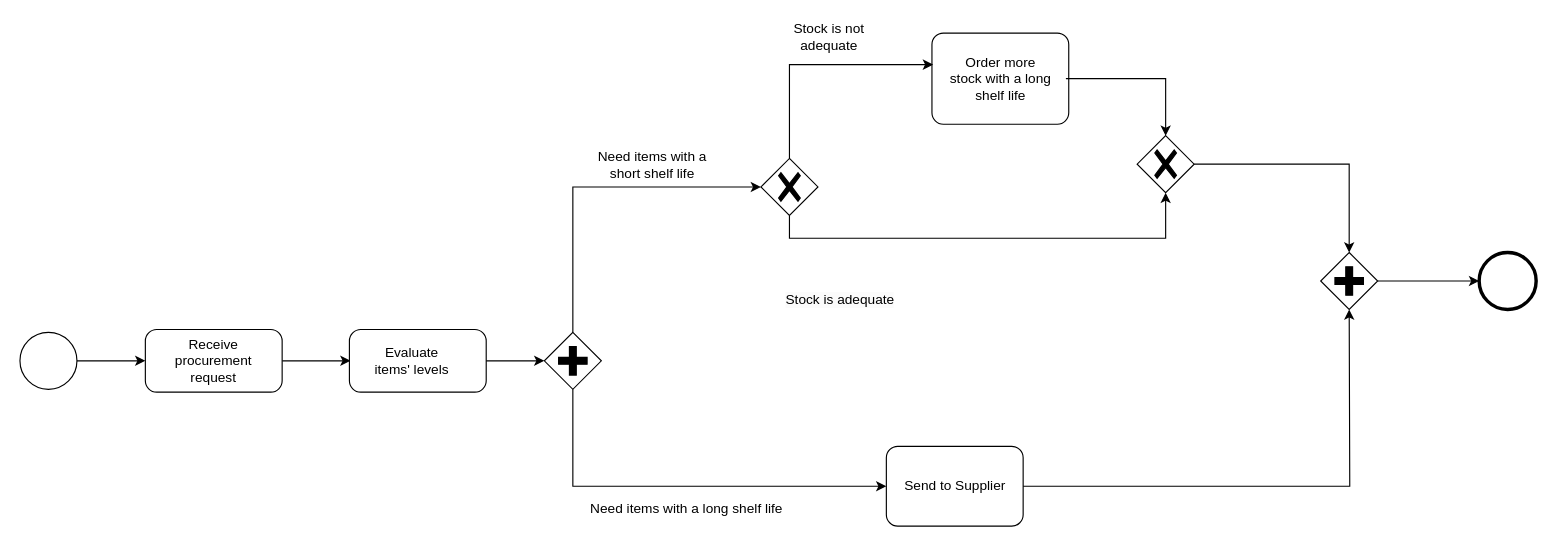
zft666zft/ESA-Assignment keeps this draw.io diagram as Purchase Order Processing System.drawio. Above is the earlier version. Source tidied: cells renumbered, new cells numbered last; positions are measured from the earlier drawing's top-left corner, leaving out a move shared by most shapes. Both pictures are drawn from the tidied source at 114%, with x=0, y=0 at pixel (19, 19).
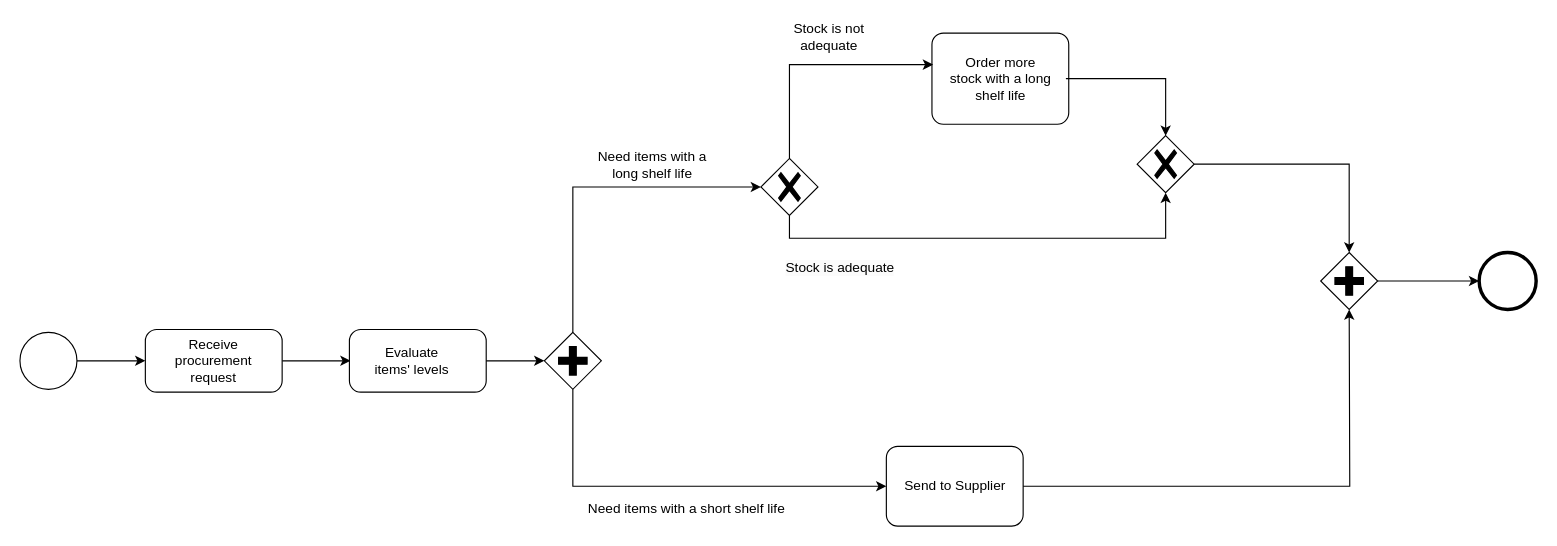
The same diagram, later.

The edit, as a diff of the source:
```diff
@@
     <mxCell id="17" value="&lt;span style=&quot;color: rgb(0, 0, 0); font-family: Helvetica; font-size: 12px; font-style: normal; font-variant-ligatures: normal; font-variant-caps: normal; font-weight: 400; letter-spacing: normal; orphans: 2; text-align: center; text-indent: 0px; text-transform: none; widows: 2; word-spacing: 0px; -webkit-text-stroke-width: 0px; white-space: normal; background-color: rgb(251, 251, 251); text-decoration-thickness: initial; text-decoration-style: initial; text-decoration-color: initial; display: inline !important; float: none;&quot;&gt;Stock is adequate&lt;/span&gt;" style="text;whiteSpace=wrap;html=1;" parent="1" vertex="1">
-      <mxGeometry x="670" y="231.5" width="150" height="40" as="geometry" />
+      <mxGeometry x="670" y="204" width="150" height="40" as="geometry" />
     </mxCell>
@@
-    <mxCell id="19" value="Need items with a short shelf life" style="text;html=1;align=center;verticalAlign=middle;whiteSpace=wrap;rounded=0;" parent="1" vertex="1">
+    <mxCell id="19" value="Need items with a long shelf life" style="text;html=1;align=center;verticalAlign=middle;whiteSpace=wrap;rounded=0;" parent="1" vertex="1">
       <mxGeometry x="500" y="111.5" width="110" height="30" as="geometry" />
     </mxCell>
@@
-    <mxCell id="22" value="Need items with a long shelf life" style="text;html=1;align=center;verticalAlign=middle;whiteSpace=wrap;rounded=0;" parent="1" vertex="1">
+    <mxCell id="22" value="Need items with a short shelf life" style="text;html=1;align=center;verticalAlign=middle;whiteSpace=wrap;rounded=0;" parent="1" vertex="1">
       <mxGeometry x="490" y="414" width="190" height="30" as="geometry" />
     </mxCell>
```
